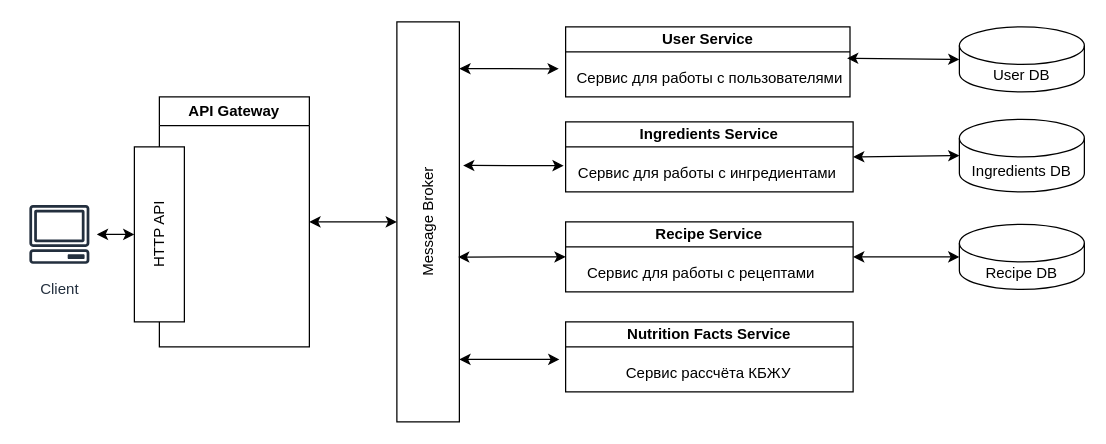
Earlier version of the draw.io diagram page "(micro)service" (2 of 2) of docs/recipetor arch.drawio (tony-spark/recipetor-backend). Source tidied: cells renumbered, new cells numbered last; positions are measured from the earlier drawing's top-left corner, leaving out a move shared by most shapes. Both pictures are drawn from the tidied source at 125%, with x=0, y=0 at pixel (21, 21).
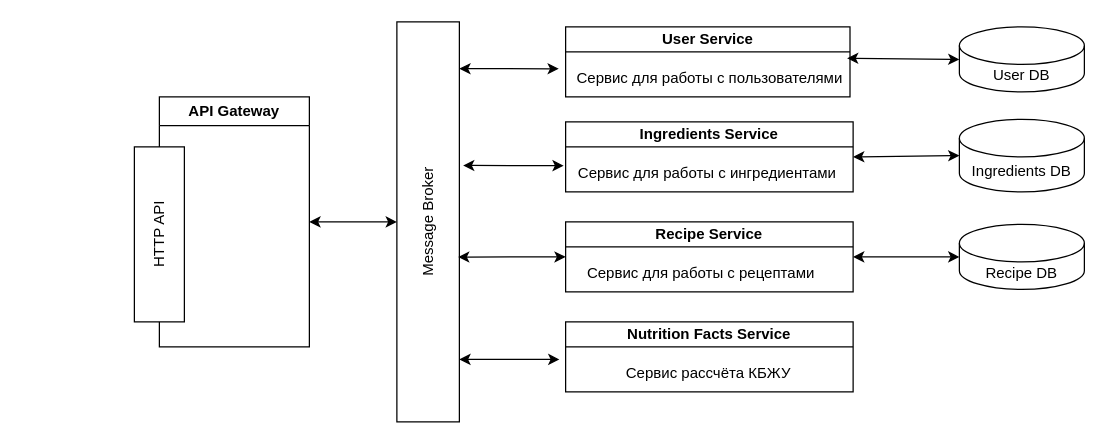
The same diagram, later.

Unchanged cells that the change refers to:
```xml
<mxCell id="11" value="HTTP API" style="rounded=0;whiteSpace=wrap;html=1;verticalAlign=middle;horizontal=0;" parent="1" vertex="1">
  <mxGeometry x="90" y="100" width="40" height="140" as="geometry" />
</mxCell>
```

What changed in the source:
```diff
@@
-    <mxCell id="12" value="Client" style="sketch=0;outlineConnect=0;fontColor=#232F3E;gradientColor=none;strokeColor=#232F3E;fillColor=#ffffff;dashed=0;verticalLabelPosition=bottom;verticalAlign=top;align=center;html=1;fontSize=12;fontStyle=0;shape=mxgraph.aws4.resourceIcon;resIcon=mxgraph.aws4.client;" parent="1" vertex="1">
-      <mxGeometry y="140" width="60" height="60" as="geometry" />
-    </mxCell>
-    <mxCell id="13" style="endArrow=classic;startArrow=classic;html=1;rounded=0;entryX=0;entryY=0.5;entryDx=0;entryDy=0;" parent="1" edge="1" source="12" target="11">
-      <mxGeometry relative="1" as="geometry" />
-    </mxCell>
```
